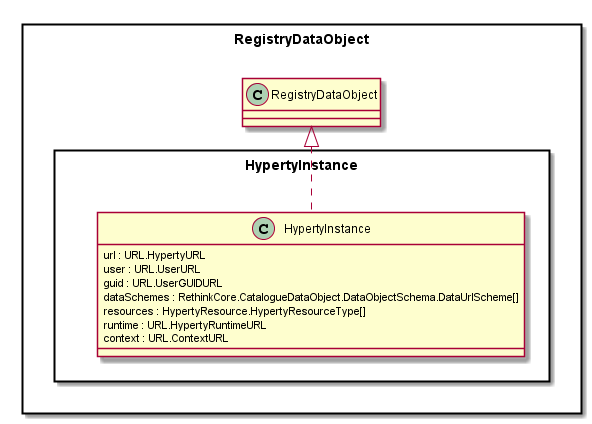
Earlier version of the PlantUML export datamodel/core/hyperty-registry/Hyperty-Instance-Data-Object-Model.png (reTHINK-project/specs).
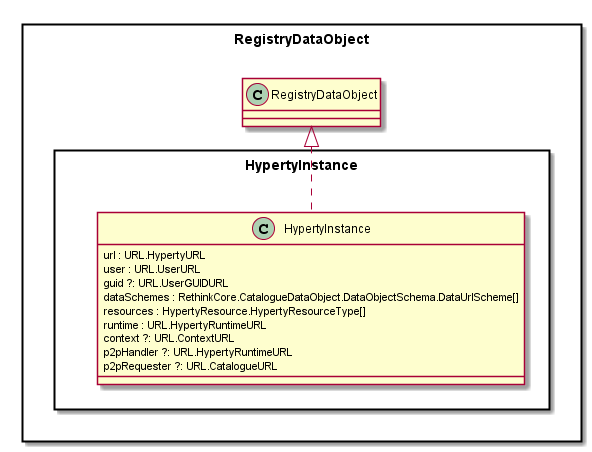
After the commit.

Diff of the diagram source:
```diff
@@ -1,4 +1,4 @@
-@startuml "../../docs/datamodel/core/hyperty-registry/Hyperty-Instance-Data-Object-Model.png"
+@startuml "../../datamodel/core/hyperty-registry/Hyperty-Instance-Data-Object-Model.png"
 
 package RegistryDataObject <<Rect>> {
 
@@ -7,11 +7,13 @@
 		class HypertyInstance {
 			url : URL.HypertyURL
 			user : URL.UserURL
-			guid : URL.UserGUIDURL
+			guid ?: URL.UserGUIDURL
 			dataSchemes : RethinkCore.CatalogueDataObject.DataObjectSchema.DataUrlScheme[]
 			resources : HypertyResource.HypertyResourceType[]
 			runtime : URL.HypertyRuntimeURL
-			context : URL.ContextURL
+			context ?: URL.ContextURL
+			p2pHandler ?: URL.HypertyRuntimeURL
+			p2pRequester ?: URL.CatalogueURL
 		}
 
 		HypertyInstance .up.|> RegistryDataObject.RegistryDataObject
```
